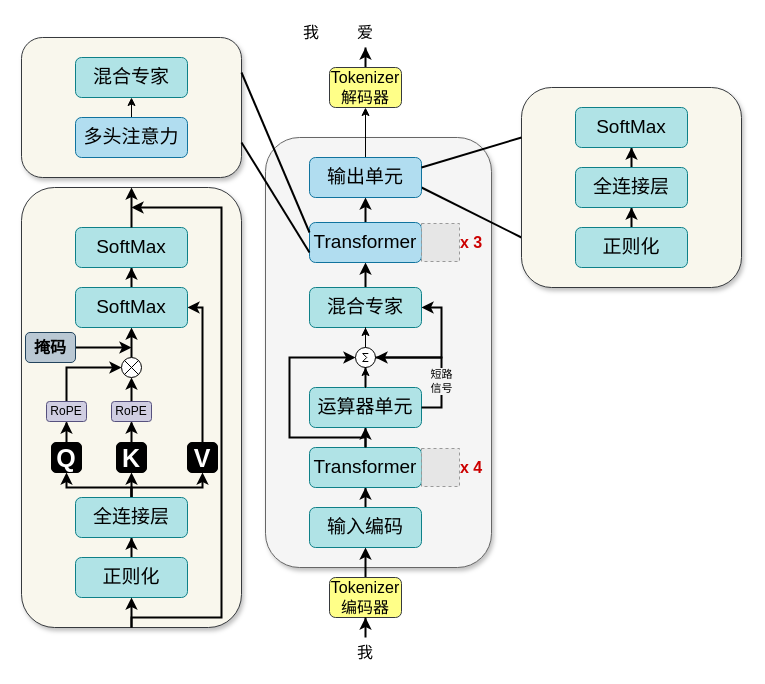
This is page "模型架构图" (1 of 6) of 未命名绘图.drawio from zzc-1024/alu.draw.io, a draw.io file, before an edit. Source tidied: cells renumbered, new cells numbered last; positions are measured from the earlier drawing's top-left corner, leaving out a move shared by most shapes. Both pictures are drawn from the tidied source at 100%, with x=0, y=0 at pixel (21, 17). Pictures stored in the file or linked from it are replaced by grey dashed boxes.
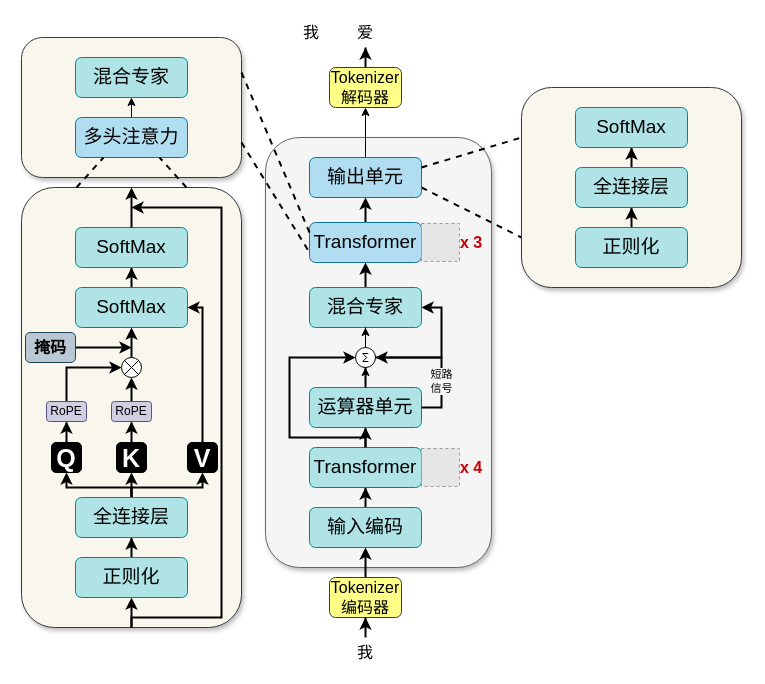
After the change.

Commit message:
更新架构图

The change refers to these unchanged cells:
```xml
<mxCell id="2" style="rounded=1;whiteSpace=wrap;html=1;fillColor=#f9f7ed;strokeColor=#36393d;shadow=1;" parent="1" vertex="1">
  <mxGeometry y="20" width="220" height="140" as="geometry" />
</mxCell>
<mxCell id="13" value="多头注意力" style="rounded=1;whiteSpace=wrap;html=1;fontSize=19;fillColor=#b1ddf0;strokeColor=#10739e;" parent="1" vertex="1">
  <mxGeometry x="54" y="100" width="112" height="40" as="geometry" />
</mxCell>
<mxCell id="25" value="Transformer" style="rounded=1;whiteSpace=wrap;html=1;fontSize=19;fillColor=#b1ddf0;strokeColor=#10739e;" parent="1" vertex="1">
  <mxGeometry x="288" y="205" width="112" height="40" as="geometry" />
</mxCell>
<mxCell id="27" value="输出单元" style="rounded=1;whiteSpace=wrap;html=1;fontSize=19;fillColor=#b1ddf0;strokeColor=#10739e;" parent="1" vertex="1">
  <mxGeometry x="288" y="140" width="112" height="40" as="geometry" />
</mxCell>
<mxCell id="38" style="rounded=1;whiteSpace=wrap;html=1;fillColor=#f9f7ed;strokeColor=#36393d;shadow=1;" parent="1" vertex="1">
  <mxGeometry x="500" y="70" width="220" height="200" as="geometry" />
</mxCell>
<mxCell id="45" style="rounded=1;whiteSpace=wrap;html=1;fillColor=#f9f7ed;strokeColor=#36393d;shadow=1;" parent="1" vertex="1">
  <mxGeometry y="170" width="220" height="440" as="geometry" />
</mxCell>
```

Diff of the diagram source:
```diff
@@
-    <mxCell id="24" style="endArrow=none;html=1;rounded=0;exitX=1;exitY=0.75;exitDx=0;exitDy=0;entryX=0;entryY=0.75;entryDx=0;entryDy=0;strokeWidth=2;" parent="1" edge="1" source="27" target="38">
+    <mxCell id="24" style="endArrow=none;html=1;rounded=0;exitX=1;exitY=0.75;exitDx=0;exitDy=0;entryX=0;entryY=0.75;entryDx=0;entryDy=0;strokeWidth=2;dashed=1;" parent="1" edge="1" source="27" target="38">
       <mxGeometry relative="1" as="geometry" />
     </mxCell>
@@
-    <mxCell id="36" style="endArrow=none;html=1;rounded=0;entryX=0;entryY=0.25;entryDx=0;entryDy=0;exitX=1;exitY=0.25;exitDx=0;exitDy=0;strokeWidth=2;" parent="1" edge="1" source="2" target="25">
+    <mxCell id="36" style="endArrow=none;html=1;rounded=0;entryX=0;entryY=0.25;entryDx=0;entryDy=0;exitX=1;exitY=0.25;exitDx=0;exitDy=0;strokeWidth=2;dashed=1;" parent="1" edge="1" source="2" target="25">
       <mxGeometry relative="1" as="geometry" />
     </mxCell>
-    <mxCell id="37" style="endArrow=none;html=1;rounded=0;entryX=0;entryY=0.75;entryDx=0;entryDy=0;exitX=1;exitY=0.75;exitDx=0;exitDy=0;strokeWidth=2;" parent="1" edge="1" source="2" target="25">
+    <mxCell id="37" style="endArrow=none;html=1;rounded=0;entryX=0;entryY=0.75;entryDx=0;entryDy=0;exitX=1;exitY=0.75;exitDx=0;exitDy=0;strokeWidth=2;dashed=1;" parent="1" edge="1" source="2" target="25">
       <mxGeometry relative="1" as="geometry" />
     </mxCell>
@@
-    <mxCell id="44" style="endArrow=none;html=1;rounded=0;exitX=1;exitY=0.25;exitDx=0;exitDy=0;entryX=0;entryY=0.25;entryDx=0;entryDy=0;strokeWidth=2;" parent="1" edge="1" source="27" target="38">
+    <mxCell id="44" style="endArrow=none;html=1;rounded=0;exitX=1;exitY=0.25;exitDx=0;exitDy=0;entryX=0;entryY=0.25;entryDx=0;entryDy=0;strokeWidth=2;dashed=1;" parent="1" edge="1" source="27" target="38">
       <mxGeometry relative="1" as="geometry" />
     </mxCell>
@@
+    <mxCell id="74" style="endArrow=none;html=1;rounded=0;entryX=0.25;entryY=1;entryDx=0;entryDy=0;exitX=0.25;exitY=0;exitDx=0;exitDy=0;strokeWidth=2;dashed=1;" parent="1" edge="1" source="45" target="13">
+      <mxGeometry relative="1" as="geometry" />
+    </mxCell>
+    <mxCell id="75" style="endArrow=none;html=1;rounded=0;entryX=0.75;entryY=1;entryDx=0;entryDy=0;exitX=0.75;exitY=0;exitDx=0;exitDy=0;strokeWidth=2;dashed=1;" parent="1" edge="1" source="45" target="13">
+      <mxGeometry relative="1" as="geometry" />
+    </mxCell>
```
